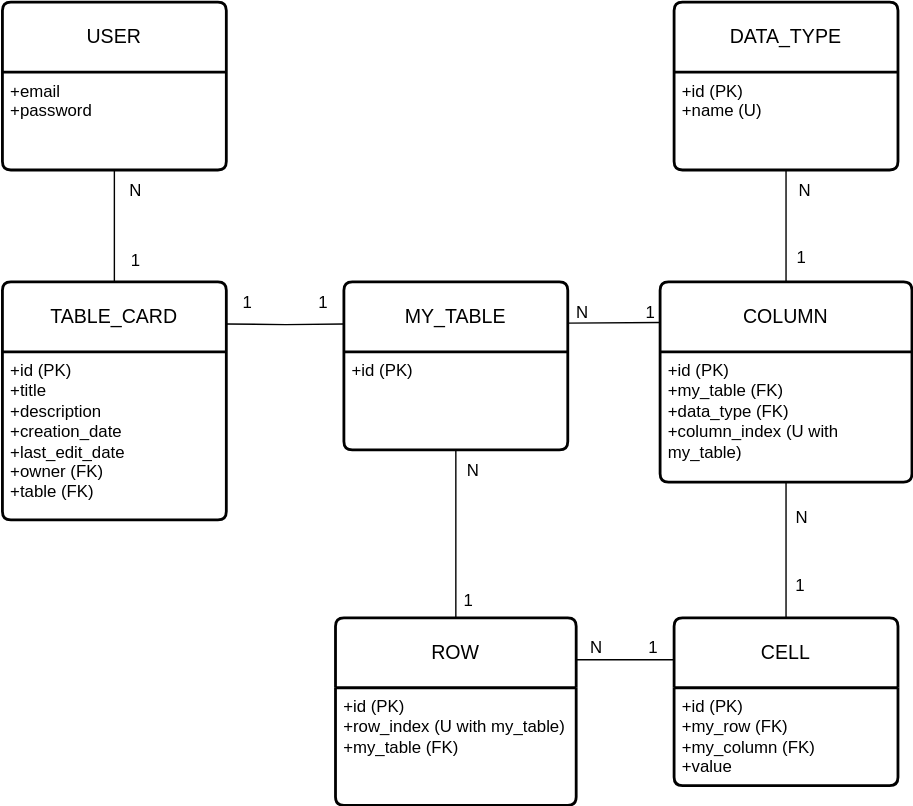
This is doc/entity_relation_diagram.drawio.svg from bytestrick/tabula, a draw.io export, as it was before one commit. Source tidied: cells renumbered, new cells last; positions are measured from the earlier drawing's top-left corner, leaving out a move shared by most shapes.
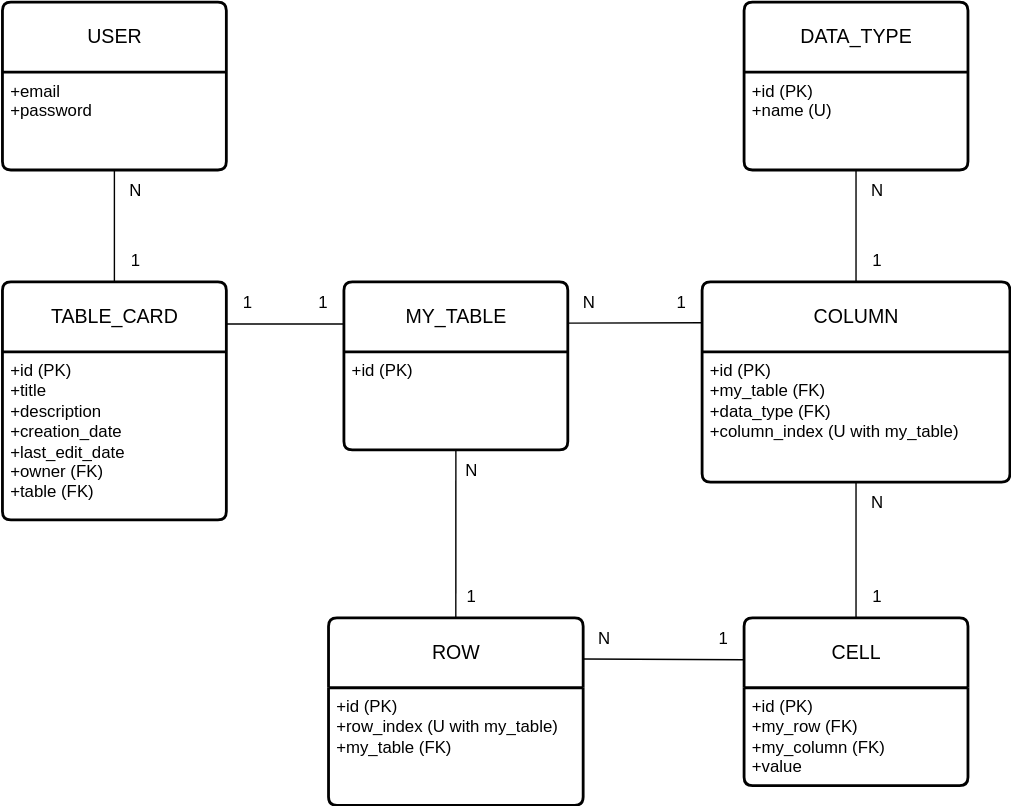
Later version of the same file.

Commit message:
Associati gli utenti con le table card, creato un DTO per la table card

Change to the diagram source:
```diff
@@ -2,137 +2,116 @@
   <root>
     <mxCell id="0" />
     <mxCell id="1" parent="0" />
-    <mxCell id="2" value="USER" style="swimlane;horizontal=1;startSize=50;rounded=1;fontSize=14;fontStyle=0;strokeWidth=2;shadow=0;dashed=0;align=center;arcSize=4;whiteSpace=wrap;html=1;" parent="1" vertex="1">
+    <mxCell id="2" value="USER" style="swimlane;horizontal=1;startSize=50;rounded=1;fontSize=14;fontStyle=0;strokeWidth=2;shadow=0;dashed=0;align=center;arcSize=4;html=1;gradientColor=none;swimlaneFillColor=default;labelBackgroundColor=none;" parent="1" vertex="1">
       <mxGeometry width="160" height="120" as="geometry" />
     </mxCell>
-    <mxCell id="3" value="+email&lt;br&gt;+password" style="align=left;strokeColor=none;fillColor=none;spacingLeft=4;fontSize=12;verticalAlign=top;html=1;" parent="2" vertex="1">
+    <mxCell id="3" value="+email&lt;br&gt;+password" style="align=left;strokeColor=none;fillColor=none;spacingLeft=4;fontSize=12;verticalAlign=top;html=1;labelBackgroundColor=none;" parent="2" vertex="1">
       <mxGeometry y="50" width="160" height="70" as="geometry" />
     </mxCell>
-    <mxCell id="4" value="DATA_TYPE" style="swimlane;horizontal=1;startSize=50;rounded=1;fontSize=14;fontStyle=0;strokeWidth=2;shadow=0;dashed=0;align=center;arcSize=4;whiteSpace=wrap;html=1;" parent="1" vertex="1">
-      <mxGeometry x="480" width="160" height="120" as="geometry" />
+    <mxCell id="4" value="DATA_TYPE" style="swimlane;horizontal=1;startSize=50;rounded=1;fontSize=14;fontStyle=0;strokeWidth=2;shadow=0;dashed=0;align=center;arcSize=4;html=1;labelBackgroundColor=none;swimlaneFillColor=default;" parent="1" vertex="1">
+      <mxGeometry x="530" width="160" height="120" as="geometry" />
     </mxCell>
-    <mxCell id="5" value="&lt;div&gt;+id (PK)&lt;/div&gt;&lt;div&gt;+name (U)&lt;/div&gt;" style="align=left;strokeColor=none;fillColor=none;spacingLeft=4;spacingRight=4;fontSize=12;verticalAlign=top;html=1;whiteSpace=wrap;" parent="4" vertex="1">
+    <mxCell id="5" value="&lt;div&gt;+id (PK)&lt;/div&gt;&lt;div&gt;+name (U)&lt;/div&gt;" style="align=left;strokeColor=none;fillColor=none;spacingLeft=4;spacingRight=4;fontSize=12;verticalAlign=top;html=1;labelBackgroundColor=none;swimlaneFillColor=default;" parent="4" vertex="1">
       <mxGeometry y="50" width="160" height="70" as="geometry" />
     </mxCell>
-    <mxCell id="6" value="MY_TABLE" style="swimlane;horizontal=1;startSize=50;rounded=1;fontSize=14;fontStyle=0;strokeWidth=2;shadow=0;dashed=0;align=center;arcSize=4;whiteSpace=wrap;html=1;" parent="1" vertex="1">
+    <mxCell id="6" value="MY_TABLE" style="swimlane;horizontal=1;startSize=50;rounded=1;fontSize=14;fontStyle=0;strokeWidth=2;shadow=0;dashed=0;align=center;arcSize=4;html=1;labelBackgroundColor=none;swimlaneFillColor=default;" parent="1" vertex="1">
       <mxGeometry x="244" y="200" width="160" height="120" as="geometry" />
     </mxCell>
-    <mxCell id="7" value="&lt;div&gt;+id (PK)&lt;/div&gt;" style="align=left;strokeColor=none;fillColor=none;spacingLeft=4;spacingRight=4;fontSize=12;verticalAlign=top;html=1;whiteSpace=wrap;" parent="6" vertex="1">
+    <mxCell id="7" value="&lt;div&gt;+id (PK)&lt;/div&gt;" style="align=left;strokeColor=none;fillColor=none;spacingLeft=4;spacingRight=4;fontSize=12;verticalAlign=top;html=1;labelBackgroundColor=none;swimlaneFillColor=default;" parent="6" vertex="1">
       <mxGeometry y="50" width="160" height="70" as="geometry" />
     </mxCell>
-    <mxCell id="8" value="CELL" style="swimlane;horizontal=1;startSize=50;rounded=1;fontSize=14;fontStyle=0;strokeWidth=2;shadow=0;dashed=0;align=center;arcSize=4;whiteSpace=wrap;html=1;" parent="1" vertex="1">
-      <mxGeometry x="480" y="440" width="160" height="120" as="geometry" />
+    <mxCell id="8" value="CELL" style="swimlane;horizontal=1;startSize=50;rounded=1;fontSize=14;fontStyle=0;strokeWidth=2;shadow=0;dashed=0;align=center;arcSize=4;html=1;labelBackgroundColor=none;swimlaneFillColor=default;" parent="1" vertex="1">
+      <mxGeometry x="530" y="440" width="160" height="120" as="geometry" />
     </mxCell>
-    <mxCell id="9" value="&lt;div&gt;+id (PK)&lt;/div&gt;&lt;div&gt;+my_row (FK)&lt;/div&gt;&lt;div&gt;+my_column (FK)&lt;/div&gt;&lt;div&gt;+value&lt;/div&gt;" style="align=left;strokeColor=none;fillColor=none;spacingLeft=4;spacingRight=4;fontSize=12;verticalAlign=top;html=1;whiteSpace=wrap;" parent="8" vertex="1">
+    <mxCell id="9" value="&lt;div&gt;+id (PK)&lt;/div&gt;&lt;div&gt;+my_row (FK)&lt;/div&gt;&lt;div&gt;+my_column (FK)&lt;/div&gt;&lt;div&gt;+value&lt;/div&gt;" style="align=left;strokeColor=none;fillColor=none;spacingLeft=4;spacingRight=4;fontSize=12;verticalAlign=top;html=1;labelBackgroundColor=none;swimlaneFillColor=default;" parent="8" vertex="1">
       <mxGeometry y="50" width="160" height="70" as="geometry" />
     </mxCell>
-    <mxCell id="10" value="COLUMN" style="swimlane;horizontal=1;startSize=50;rounded=1;fontSize=14;fontStyle=0;strokeWidth=2;shadow=0;dashed=0;align=center;arcSize=4;whiteSpace=wrap;html=1;" parent="1" vertex="1">
-      <mxGeometry x="470" y="200" width="180" height="143" as="geometry" />
+    <mxCell id="10" value="COLUMN" style="swimlane;horizontal=1;startSize=50;rounded=1;fontSize=14;fontStyle=0;strokeWidth=2;shadow=0;dashed=0;align=center;arcSize=4;html=1;labelBackgroundColor=none;swimlaneFillColor=default;" parent="1" vertex="1">
+      <mxGeometry x="500" y="200" width="220" height="143" as="geometry" />
     </mxCell>
-    <mxCell id="11" value="&lt;div&gt;+id (PK)&lt;/div&gt;&lt;div&gt;+my_table (FK)&lt;/div&gt;&lt;div&gt;+data_type (FK)&lt;/div&gt;&lt;div&gt;+column_index (U with my_table)&lt;/div&gt;" style="align=left;strokeColor=none;fillColor=none;spacingLeft=4;spacingRight=4;fontSize=12;verticalAlign=top;html=1;whiteSpace=wrap;" parent="10" vertex="1">
-      <mxGeometry y="50" width="180" height="93" as="geometry" />
+    <mxCell id="11" value="&lt;div&gt;+id (PK)&lt;/div&gt;&lt;div&gt;+my_table (FK)&lt;/div&gt;&lt;div&gt;+data_type (FK)&lt;/div&gt;&lt;div&gt;+column_index (U with my_table)&lt;/div&gt;" style="align=left;strokeColor=none;fillColor=none;spacingLeft=4;spacingRight=4;fontSize=12;verticalAlign=top;html=1;labelBackgroundColor=none;" parent="10" vertex="1">
+      <mxGeometry y="50" width="220" height="93" as="geometry" />
     </mxCell>
-    <mxCell id="12" style="endArrow=none;html=1;rounded=0;exitX=0.5;exitY=0;exitDx=0;exitDy=0;entryX=0.5;entryY=1;entryDx=0;entryDy=0;" parent="1" edge="1" source="10" target="5">
+    <mxCell id="12" style="endArrow=none;html=1;rounded=0;exitX=0.5;exitY=0;exitDx=0;exitDy=0;entryX=0.5;entryY=1;entryDx=0;entryDy=0;labelBackgroundColor=none;" parent="1" edge="1" source="10" target="5">
       <mxGeometry relative="1" as="geometry" />
     </mxCell>
-    <mxCell id="13" value="1" style="html=1;whiteSpace=wrap;align=left;verticalAlign=bottom;" parent="12" vertex="1">
-      <mxGeometry x="-1" relative="1" as="geometry">
-        <mxPoint x="6" y="-9" as="offset" />
-      </mxGeometry>
-    </mxCell>
-    <mxCell id="14" value="N" style="html=1;whiteSpace=wrap;align=right;verticalAlign=bottom;" parent="12" vertex="1">
-      <mxGeometry x="1" relative="1" as="geometry">
-        <mxPoint x="19" y="23" as="offset" />
-      </mxGeometry>
-    </mxCell>
-    <mxCell id="15" style="endArrow=none;html=1;rounded=0;entryX=0.998;entryY=0.245;entryDx=0;entryDy=0;entryPerimeter=0;" parent="1" edge="1" target="6">
-      <mxGeometry relative="1" as="geometry">
-        <mxPoint x="470" y="229" as="sourcePoint" />
-      </mxGeometry>
+    <mxCell id="15" style="endArrow=none;html=1;rounded=0;entryX=0.998;entryY=0.245;entryDx=0;entryDy=0;entryPerimeter=0;labelBackgroundColor=none;exitX=0.001;exitY=0.204;exitDx=0;exitDy=0;exitPerimeter=0;" parent="1" edge="1" source="10" target="6">
+      <mxGeometry relative="1" as="geometry" />
     </mxCell>
-    <mxCell id="16" value="1" style="html=1;whiteSpace=wrap;align=left;verticalAlign=bottom;" parent="15" vertex="1">
-      <mxGeometry x="-1" relative="1" as="geometry">
-        <mxPoint x="-12" y="1" as="offset" />
-      </mxGeometry>
-    </mxCell>
-    <mxCell id="17" value="N" style="html=1;whiteSpace=wrap;align=right;verticalAlign=bottom;" parent="15" vertex="1">
-      <mxGeometry x="1" relative="1" as="geometry">
-        <mxPoint x="16" y="1" as="offset" />
-      </mxGeometry>
-    </mxCell>
-    <mxCell id="18" style="endArrow=none;html=1;rounded=0;exitX=0.5;exitY=1;exitDx=0;exitDy=0;entryX=0.5;entryY=0;entryDx=0;entryDy=0;" parent="1" edge="1" source="11" target="8">
+    <mxCell id="18" style="endArrow=none;html=1;rounded=0;exitX=0.5;exitY=1;exitDx=0;exitDy=0;entryX=0.5;entryY=0;entryDx=0;entryDy=0;labelBackgroundColor=none;" parent="1" edge="1" source="11" target="8">
       <mxGeometry relative="1" as="geometry" />
     </mxCell>
-    <mxCell id="19" value="1" style="html=1;whiteSpace=wrap;align=left;verticalAlign=bottom;" parent="18" vertex="1">
-      <mxGeometry x="-1" relative="1" as="geometry">
-        <mxPoint x="5" y="82" as="offset" />
-      </mxGeometry>
-    </mxCell>
-    <mxCell id="20" value="N" style="html=1;whiteSpace=wrap;align=right;verticalAlign=bottom;" parent="18" vertex="1">
-      <mxGeometry x="1" relative="1" as="geometry">
-        <mxPoint x="17" y="-63" as="offset" />
-      </mxGeometry>
-    </mxCell>
-    <mxCell id="21" value="ROW" style="swimlane;horizontal=1;startSize=50;rounded=1;fontSize=14;fontStyle=0;strokeWidth=2;shadow=0;dashed=0;align=center;arcSize=4;whiteSpace=wrap;html=1;" parent="1" vertex="1">
-      <mxGeometry x="238" y="440" width="172" height="134" as="geometry" />
+    <mxCell id="21" value="ROW" style="swimlane;horizontal=1;startSize=50;rounded=1;fontSize=14;fontStyle=0;strokeWidth=2;shadow=0;dashed=0;align=center;arcSize=4;html=1;labelBackgroundColor=none;swimlaneFillColor=default;" parent="1" vertex="1">
+      <mxGeometry x="233" y="440" width="182" height="134" as="geometry" />
     </mxCell>
-    <mxCell id="22" value="+id (PK)&lt;br&gt;+row_index (U with my_table)&lt;br&gt;+my_table (FK)" style="align=left;strokeColor=none;fillColor=none;spacingLeft=4;spacingRight=4;fontSize=12;verticalAlign=top;html=1;whiteSpace=wrap;" parent="21" vertex="1">
-      <mxGeometry y="50" width="172" height="84" as="geometry" />
+    <mxCell id="22" value="+id (PK)&lt;br&gt;+row_index (U with my_table)&lt;br&gt;+my_table (FK)" style="align=left;strokeColor=none;fillColor=none;spacingLeft=4;spacingRight=4;fontSize=12;verticalAlign=top;html=1;labelBackgroundColor=none;" parent="21" vertex="1">
+      <mxGeometry y="50" width="182" height="84" as="geometry" />
     </mxCell>
-    <mxCell id="23" style="endArrow=none;html=1;rounded=0;" parent="1" edge="1">
-      <mxGeometry relative="1" as="geometry">
-        <mxPoint x="480" y="470" as="sourcePoint" />
-        <mxPoint x="410" y="470" as="targetPoint" />
-      </mxGeometry>
+    <mxCell id="23" style="endArrow=none;html=1;rounded=0;labelBackgroundColor=none;entryX=-0.006;entryY=0.983;entryDx=0;entryDy=0;entryPerimeter=0;exitX=0;exitY=0.25;exitDx=0;exitDy=0;" parent="1" edge="1" source="8" target="42">
+      <mxGeometry relative="1" as="geometry" />
     </mxCell>
-    <mxCell id="24" value="&lt;div&gt;1&lt;/div&gt;" style="html=1;whiteSpace=wrap;align=left;verticalAlign=bottom;" parent="23" vertex="1">
-      <mxGeometry x="-1" relative="1" as="geometry">
-        <mxPoint x="-20" as="offset" />
-      </mxGeometry>
-    </mxCell>
-    <mxCell id="25" value="N" style="html=1;whiteSpace=wrap;align=right;verticalAlign=bottom;" parent="23" vertex="1">
-      <mxGeometry x="1" relative="1" as="geometry">
-        <mxPoint x="20" as="offset" />
-      </mxGeometry>
-    </mxCell>
-    <mxCell id="26" style="endArrow=none;html=1;rounded=0;exitX=0.5;exitY=0;exitDx=0;exitDy=0;entryX=0.5;entryY=1;entryDx=0;entryDy=0;" parent="1" edge="1" source="21" target="7">
+    <mxCell id="26" style="endArrow=none;html=1;rounded=0;exitX=0.5;exitY=0;exitDx=0;exitDy=0;entryX=0.5;entryY=1;entryDx=0;entryDy=0;labelBackgroundColor=none;" parent="1" edge="1" source="21" target="7">
       <mxGeometry relative="1" as="geometry" />
     </mxCell>
-    <mxCell id="27" value="1" style="html=1;whiteSpace=wrap;align=left;verticalAlign=bottom;" parent="26" vertex="1">
-      <mxGeometry x="-1" relative="1" as="geometry">
-        <mxPoint x="4" y="-4" as="offset" />
-      </mxGeometry>
-    </mxCell>
-    <mxCell id="28" value="N" style="html=1;whiteSpace=wrap;align=right;verticalAlign=bottom;" parent="26" vertex="1">
-      <mxGeometry x="1" relative="1" as="geometry">
-        <mxPoint x="18" y="23" as="offset" />
-      </mxGeometry>
-    </mxCell>
-    <mxCell id="29" style="edgeStyle=orthogonalEdgeStyle;rounded=0;jettySize=auto;html=1;entryX=0;entryY=0.25;entryDx=0;entryDy=0;endArrow=none;startFill=0;" parent="1" edge="1" target="6">
+    <mxCell id="29" style="edgeStyle=orthogonalEdgeStyle;rounded=0;jettySize=auto;html=1;entryX=0;entryY=0.25;entryDx=0;entryDy=0;endArrow=none;startFill=0;labelBackgroundColor=none;" parent="1" edge="1" target="6">
       <mxGeometry relative="1" as="geometry">
         <mxPoint x="160" y="230" as="sourcePoint" />
+        <Array as="points">
+          <mxPoint x="200" y="230" />
+          <mxPoint x="200" y="230" />
+        </Array>
       </mxGeometry>
     </mxCell>
-    <mxCell id="30" value="TABLE_CARD" style="swimlane;horizontal=1;startSize=50;rounded=1;fontSize=14;fontStyle=0;strokeWidth=2;shadow=0;dashed=0;align=center;arcSize=4;whiteSpace=wrap;html=1;" parent="1" vertex="1">
+    <mxCell id="30" value="TABLE_CARD" style="swimlane;horizontal=1;startSize=50;rounded=1;fontSize=14;fontStyle=0;strokeWidth=2;shadow=0;dashed=0;align=center;arcSize=4;html=1;labelBackgroundColor=none;swimlaneFillColor=default;" parent="1" vertex="1">
       <mxGeometry y="200" width="160" height="170" as="geometry" />
     </mxCell>
-    <mxCell id="31" value="&lt;div&gt;+id (PK)&lt;/div&gt;&lt;div&gt;+title&lt;/div&gt;+description&lt;br&gt;&lt;div&gt;+creation_date&lt;/div&gt;&lt;div&gt;+last_edit_date&lt;/div&gt;&lt;div&gt;+owner (FK)&lt;/div&gt;&lt;div&gt;+table (FK)&lt;/div&gt;" style="align=left;strokeColor=none;fillColor=none;spacingLeft=4;spacingRight=4;fontSize=12;verticalAlign=top;html=1;whiteSpace=wrap;" parent="30" vertex="1">
+    <mxCell id="31" value="&lt;div&gt;+id (PK)&lt;/div&gt;&lt;div&gt;+title&lt;/div&gt;+description&lt;br&gt;&lt;div&gt;+creation_date&lt;/div&gt;&lt;div&gt;+last_edit_date&lt;/div&gt;&lt;div&gt;+owner (FK)&lt;/div&gt;&lt;div&gt;+table (FK)&lt;/div&gt;" style="align=left;strokeColor=none;fillColor=none;spacingLeft=4;spacingRight=4;fontSize=12;verticalAlign=top;html=1;labelBackgroundColor=none;" parent="30" vertex="1">
       <mxGeometry y="50" width="160" height="120" as="geometry" />
     </mxCell>
-    <mxCell id="32" style="edgeStyle=orthogonalEdgeStyle;rounded=0;jettySize=auto;html=1;exitX=0.5;exitY=1;exitDx=0;exitDy=0;entryX=0.5;entryY=0;entryDx=0;entryDy=0;endArrow=none;startFill=0;" parent="1" edge="1" source="3" target="30">
+    <mxCell id="32" style="edgeStyle=orthogonalEdgeStyle;rounded=0;jettySize=auto;html=1;exitX=0.5;exitY=1;exitDx=0;exitDy=0;entryX=0.5;entryY=0;entryDx=0;entryDy=0;endArrow=none;startFill=0;labelBackgroundColor=none;" parent="1" edge="1" source="3" target="30">
       <mxGeometry relative="1" as="geometry" />
     </mxCell>
-    <mxCell id="33" value="1" style="text;html=1;align=center;verticalAlign=middle;strokeColor=none;fillColor=none;" parent="1" vertex="1">
+    <mxCell id="33" value="1" style="text;html=1;align=center;verticalAlign=middle;strokeColor=none;fillColor=none;labelBackgroundColor=none;" parent="1" vertex="1">
       <mxGeometry x="80" y="170" width="30" height="30" as="geometry" />
     </mxCell>
-    <mxCell id="34" value="N" style="text;html=1;align=center;verticalAlign=middle;strokeColor=none;fillColor=none;" parent="1" vertex="1">
+    <mxCell id="34" value="N" style="text;html=1;align=center;verticalAlign=middle;strokeColor=none;fillColor=none;labelBackgroundColor=none;" parent="1" vertex="1">
       <mxGeometry x="80" y="120" width="30" height="30" as="geometry" />
     </mxCell>
-    <mxCell id="35" value="1" style="text;html=1;align=center;verticalAlign=middle;strokeColor=none;fillColor=none;" parent="1" vertex="1">
+    <mxCell id="35" value="1" style="text;html=1;align=center;verticalAlign=middle;strokeColor=none;fillColor=none;labelBackgroundColor=none;" parent="1" vertex="1">
       <mxGeometry x="160" y="200" width="30" height="30" as="geometry" />
     </mxCell>
-    <mxCell id="36" value="1" style="text;html=1;align=center;verticalAlign=middle;strokeColor=none;fillColor=none;" parent="1" vertex="1">
+    <mxCell id="36" value="1" style="text;html=1;align=center;verticalAlign=middle;strokeColor=none;fillColor=none;labelBackgroundColor=none;" parent="1" vertex="1">
       <mxGeometry x="214" y="200" width="30" height="30" as="geometry" />
     </mxCell>
+    <mxCell id="37" value="N" style="text;html=1;align=center;verticalAlign=middle;strokeColor=none;fillColor=none;" parent="1" vertex="1">
+      <mxGeometry x="610" y="120" width="30" height="30" as="geometry" />
+    </mxCell>
+    <mxCell id="38" value="1" style="text;html=1;align=center;verticalAlign=middle;strokeColor=none;fillColor=none;" parent="1" vertex="1">
+      <mxGeometry x="610" y="170" width="30" height="30" as="geometry" />
+    </mxCell>
+    <mxCell id="39" value="N" style="text;html=1;align=center;verticalAlign=middle;strokeColor=none;fillColor=none;" parent="1" vertex="1">
+      <mxGeometry x="404" y="200" width="30" height="30" as="geometry" />
+    </mxCell>
+    <mxCell id="40" value="1" style="text;html=1;align=center;verticalAlign=middle;strokeColor=none;fillColor=none;" parent="1" vertex="1">
+      <mxGeometry x="470" y="200" width="30" height="30" as="geometry" />
+    </mxCell>
+    <mxCell id="41" value="1" style="text;html=1;align=center;verticalAlign=middle;strokeColor=none;fillColor=none;" parent="1" vertex="1">
+      <mxGeometry x="500" y="440" width="30" height="30" as="geometry" />
+    </mxCell>
+    <mxCell id="42" value="N" style="text;html=1;align=center;verticalAlign=middle;points=[];strokeColor=none;fillColor=none;" parent="1" vertex="1">
+      <mxGeometry x="415" y="440" width="30" height="30" as="geometry" />
+    </mxCell>
+    <mxCell id="43" value="&lt;div&gt;N&lt;/div&gt;" style="text;html=1;align=center;verticalAlign=middle;strokeColor=none;fillColor=none;" parent="1" vertex="1">
+      <mxGeometry x="610" y="343" width="30" height="30" as="geometry" />
+    </mxCell>
+    <mxCell id="44" value="&lt;div&gt;1&lt;/div&gt;" style="text;html=1;align=center;verticalAlign=middle;strokeColor=none;fillColor=none;" parent="1" vertex="1">
+      <mxGeometry x="610" y="410" width="30" height="30" as="geometry" />
+    </mxCell>
+    <mxCell id="45" value="N" style="text;html=1;align=center;verticalAlign=middle;strokeColor=none;fillColor=none;" parent="1" vertex="1">
+      <mxGeometry x="320" y="320" width="30" height="30" as="geometry" />
+    </mxCell>
+    <mxCell id="46" value="1" style="text;html=1;align=center;verticalAlign=middle;strokeColor=none;fillColor=none;" parent="1" vertex="1">
+      <mxGeometry x="320" y="410" width="30" height="30" as="geometry" />
+    </mxCell>
   </root>
 </mxGraphModel>
```
